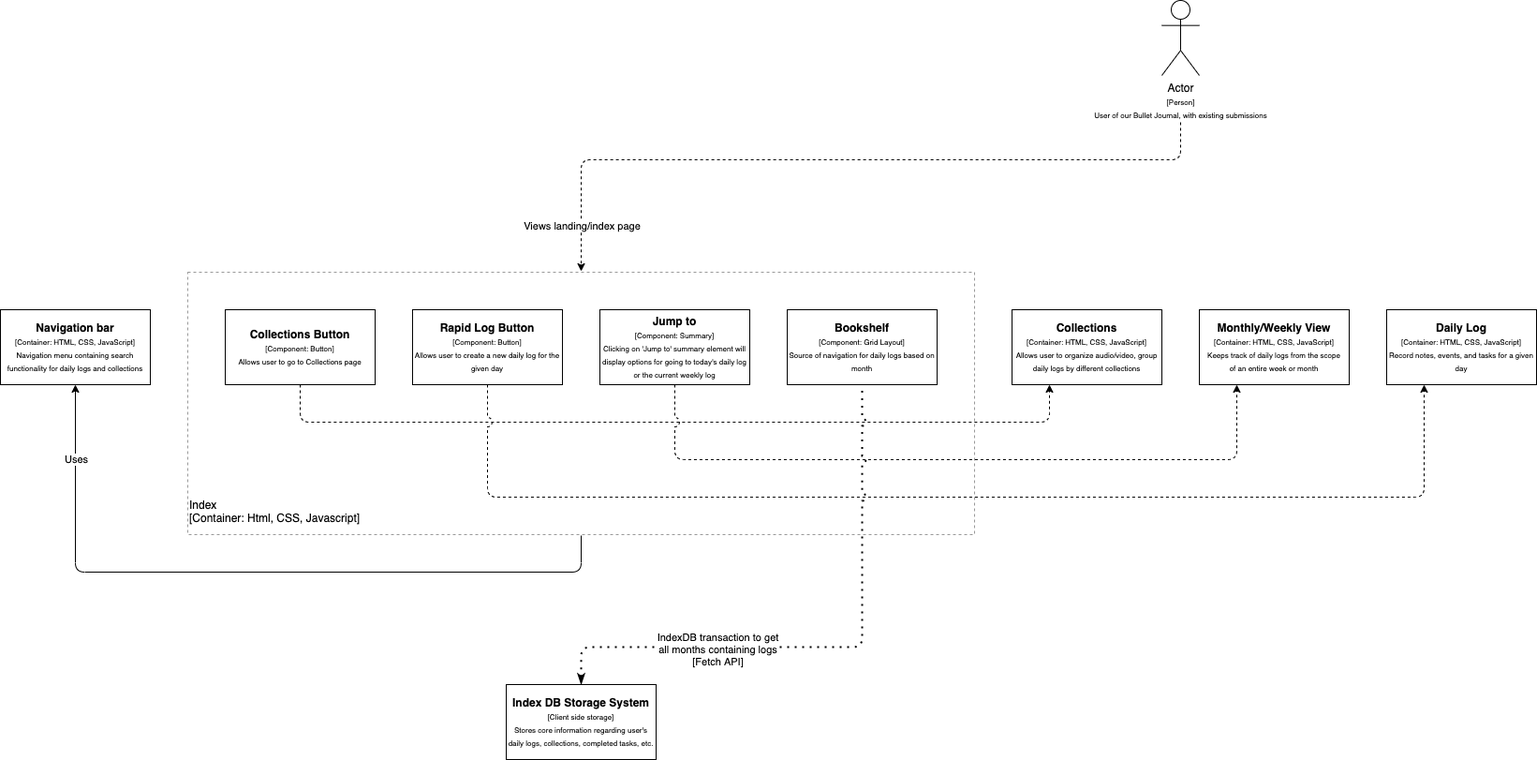
This is specs/architecture/c4_component_diagram_index.drawio.png from will-chung/cse110-w21-group7, a draw.io export, as it was before one commit. Source tidied: cells renumbered, new cells last; positions are measured from the earlier drawing's top-left corner, leaving out a move shared by most shapes.
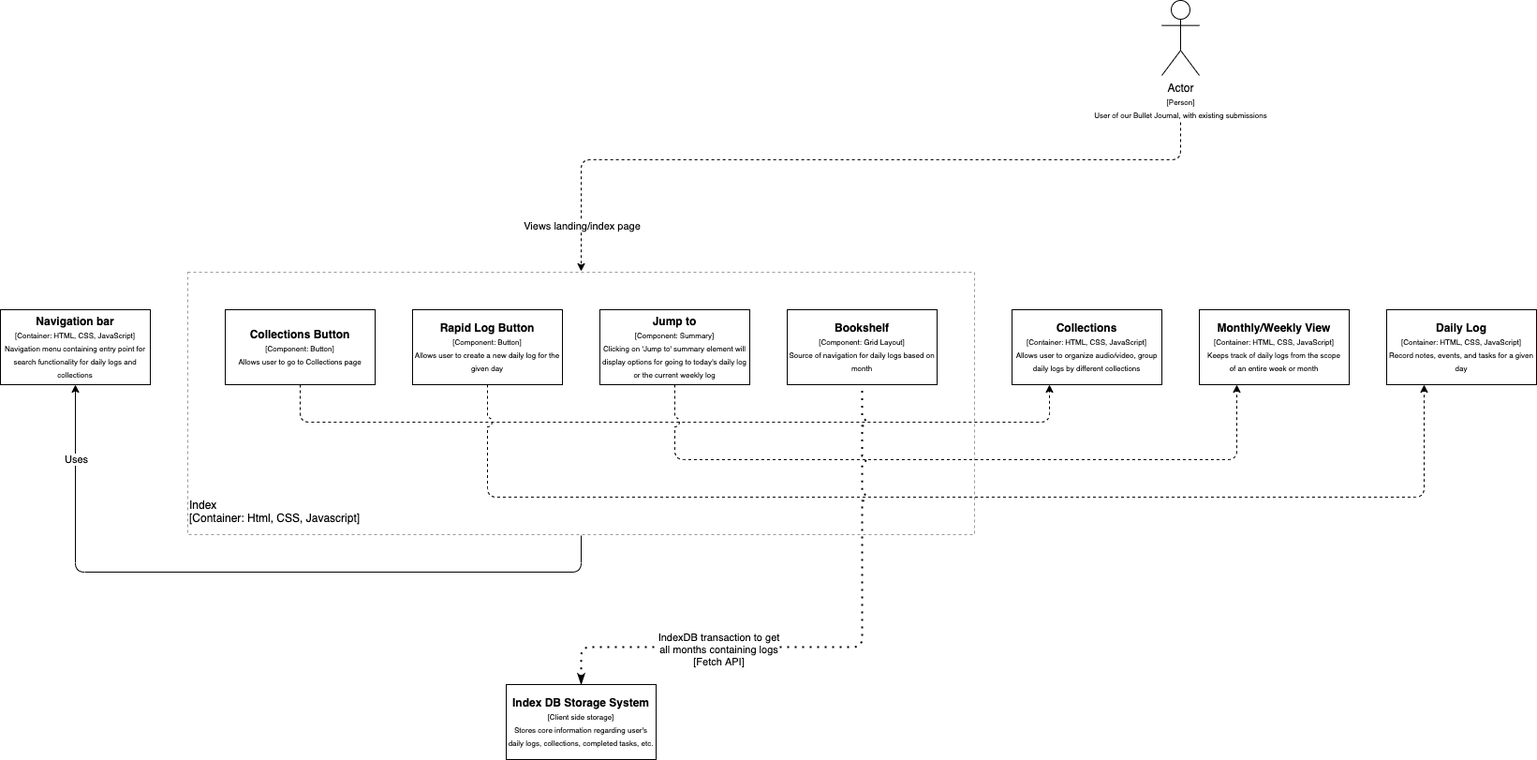
The same diagram one commit later.

Commit message:
Updated architecture diagrams to reflect changes to search

Change to the diagram source:
```diff
@@ -34,7 +34,7 @@
     <mxCell id="9" value="&lt;b&gt;Collections&lt;/b&gt;&lt;br&gt;&lt;font style=&quot;font-size: 8px&quot;&gt;[Container: HTML, CSS, JavaScript]&lt;br&gt;Allows user to organize audio/video, group daily logs by different collections&lt;br&gt;&lt;/font&gt;" style="rounded=0;whiteSpace=wrap;html=1;" parent="1" vertex="1">
       <mxGeometry x="1080" y="330" width="160" height="80" as="geometry" />
     </mxCell>
-    <mxCell id="10" value="&lt;b&gt;Navigation bar&lt;/b&gt;&lt;br&gt;&lt;font style=&quot;font-size: 8px&quot;&gt;[Container: HTML, CSS, JavaScript]&lt;br&gt;Navigation menu containing search functionality for daily logs and collections&lt;br&gt;&lt;/font&gt;" style="rounded=0;whiteSpace=wrap;html=1;" parent="1" vertex="1">
+    <mxCell id="10" value="&lt;b&gt;Navigation bar&lt;/b&gt;&lt;br&gt;&lt;font style=&quot;font-size: 8px&quot;&gt;[Container: HTML, CSS, JavaScript]&lt;br&gt;Navigation menu containing entry point for search functionality for daily logs and collections&lt;br&gt;&lt;/font&gt;" style="rounded=0;whiteSpace=wrap;html=1;" parent="1" vertex="1">
       <mxGeometry y="330" width="160" height="80" as="geometry" />
     </mxCell>
     <mxCell id="11" style="endArrow=classic;html=1;entryX=0.5;entryY=1;entryDx=0;entryDy=0;exitX=0.5;exitY=1;exitDx=0;exitDy=0;" parent="1" edge="1" source="5" target="10">
```
